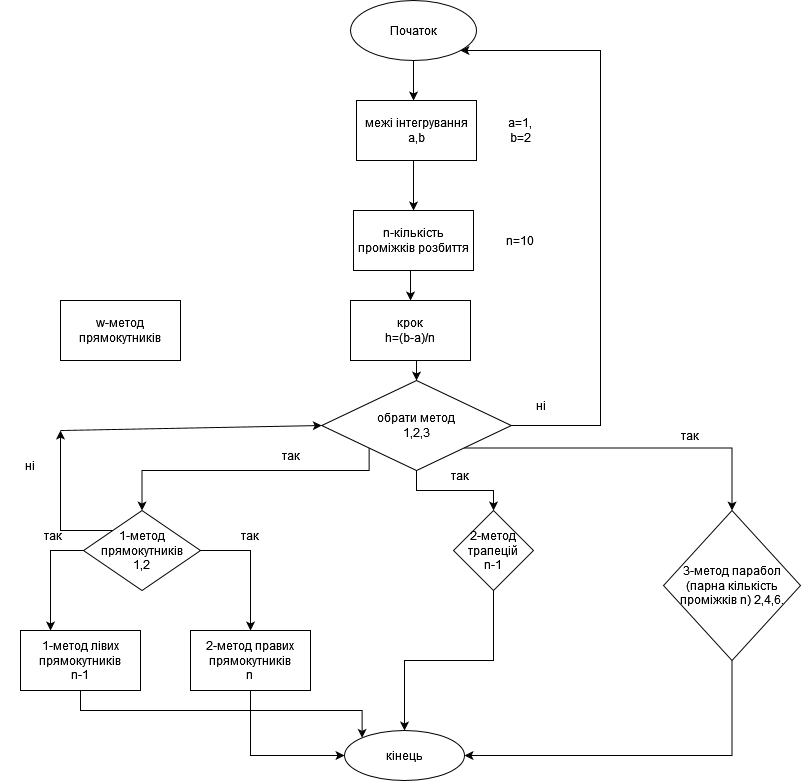
Earlier version of the draw.io export Untitled Diagram.drawio.png (VolodymyrLutskevych-PE-12/Lab_2_Volodymyr-Lutskevych_PE-12_-1-). Source tidied: cells renumbered, new cells last; positions are measured from the earlier drawing's top-left corner, leaving out a move shared by most shapes.
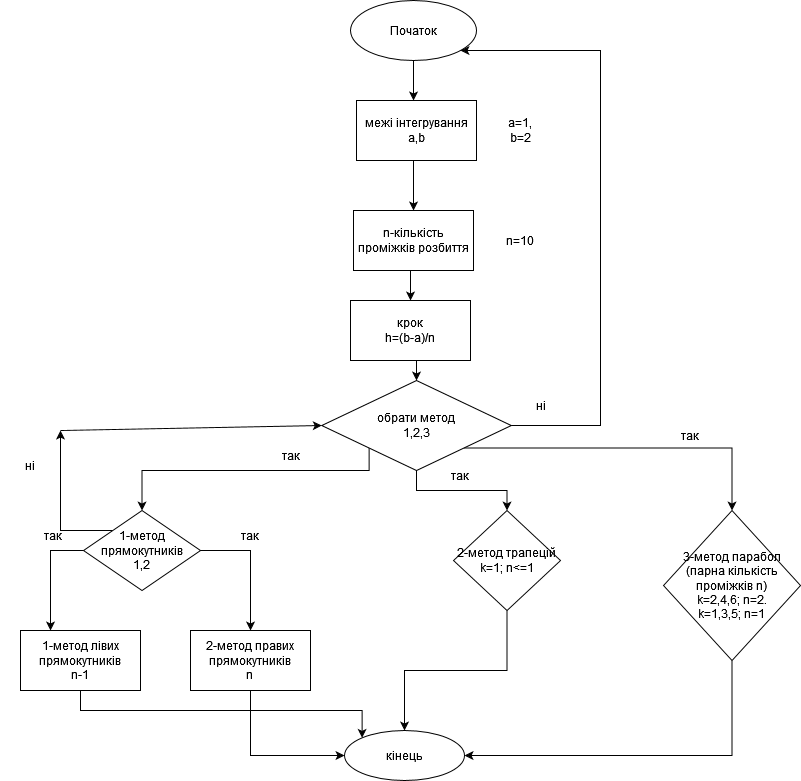
The same diagram one commit later.

Change to the diagram source:
```diff
@@ -33,13 +33,13 @@
     <mxCell id="9" style="edgeStyle=orthogonalEdgeStyle;rounded=0;jettySize=auto;html=1;exitX=0.5;exitY=1;exitDx=0;exitDy=0;" parent="1" edge="1" source="10" target="21">
       <mxGeometry relative="1" as="geometry" />
     </mxCell>
-    <mxCell id="10" value="&lt;div&gt;2-метод трапецій&lt;/div&gt;n-1" style="rhombus;whiteSpace=wrap;html=1;" parent="1" vertex="1">
-      <mxGeometry x="453" y="510" width="80" height="80" as="geometry" />
+    <mxCell id="10" value="&lt;div&gt;2-метод трапецій&lt;/div&gt;k=1; n&amp;lt;=1" style="rhombus;whiteSpace=wrap;html=1;" parent="1" vertex="1">
+      <mxGeometry x="453" y="510" width="107" height="100" as="geometry" />
     </mxCell>
     <mxCell id="11" style="edgeStyle=orthogonalEdgeStyle;rounded=0;jettySize=auto;html=1;exitX=0.5;exitY=1;exitDx=0;exitDy=0;entryX=1;entryY=0.5;entryDx=0;entryDy=0;" parent="1" edge="1" source="12" target="21">
       <mxGeometry relative="1" as="geometry" />
     </mxCell>
-    <mxCell id="12" value="&lt;div&gt;3-метод парабол&lt;/div&gt;(парна кількість проміжків n) 2,4,6. " style="rhombus;whiteSpace=wrap;html=1;" parent="1" vertex="1">
+    <mxCell id="12" value="&lt;div&gt;3-метод парабол&lt;/div&gt;&lt;div&gt;(парна кількість проміжків n) &lt;br&gt;&lt;/div&gt;&lt;div&gt;k=2,4,6; n=2.&lt;/div&gt;&lt;div&gt;k=1,3,5; n=1&lt;br&gt; &lt;/div&gt;" style="rhombus;whiteSpace=wrap;html=1;" parent="1" vertex="1">
       <mxGeometry x="663" y="510" width="137" height="150" as="geometry" />
     </mxCell>
     <mxCell id="13" style="edgeStyle=orthogonalEdgeStyle;rounded=0;jettySize=auto;html=1;exitX=0.5;exitY=1;exitDx=0;exitDy=0;entryX=0;entryY=0;entryDx=0;entryDy=0;" parent="1" edge="1" source="14" target="21">
@@ -72,9 +72,6 @@
     <mxCell id="22" value="n=10" style="text;html=1;strokeColor=none;fillColor=none;align=center;verticalAlign=middle;whiteSpace=wrap;rounded=0;" parent="1" vertex="1">
       <mxGeometry x="490" y="225" width="60" height="30" as="geometry" />
     </mxCell>
-    <mxCell id="23" value="&lt;br&gt;w-метод прямокутників&lt;br&gt;&lt;br&gt;" style="rounded=0;whiteSpace=wrap;html=1;" parent="1" vertex="1">
-      <mxGeometry x="60" y="300" width="120" height="60" as="geometry" />
-    </mxCell>
     <mxCell id="24" style="edgeStyle=orthogonalEdgeStyle;rounded=0;jettySize=auto;html=1;exitX=1;exitY=0.5;exitDx=0;exitDy=0;" parent="1" edge="1" source="28" target="3">
       <mxGeometry relative="1" as="geometry">
         <Array as="points">
```
